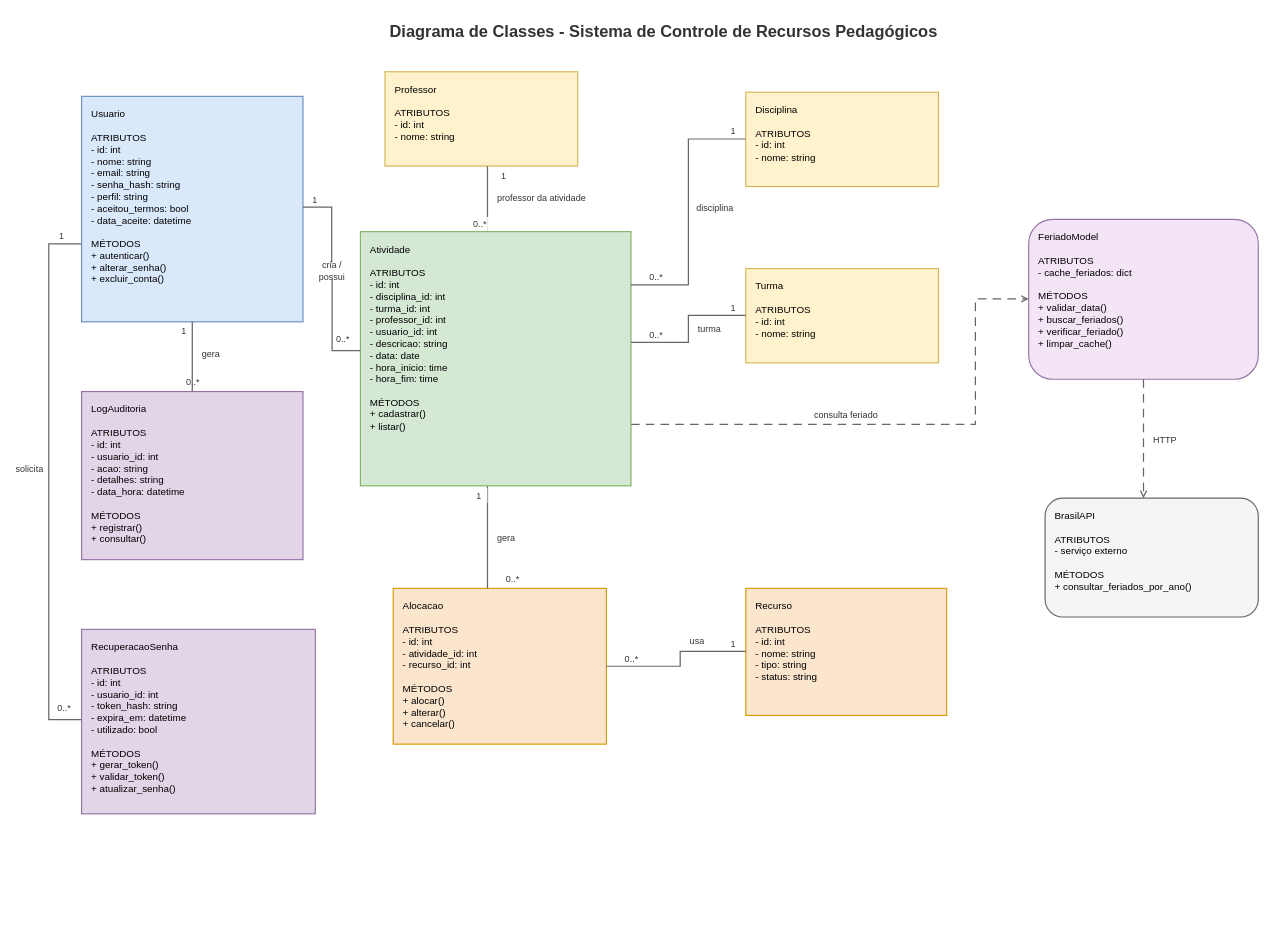
Earlier version of the draw.io diagram diagramas/diagrama_classes_.drawio (RodrigoMandrak/controle-recursos-pedagogicos). Source tidied: cells renumbered, new cells numbered last; positions are measured from the earlier drawing's top-left corner, leaving out a move shared by most shapes. Both pictures are drawn from the tidied source at 82%, with x=0, y=0 at pixel (14, 14).
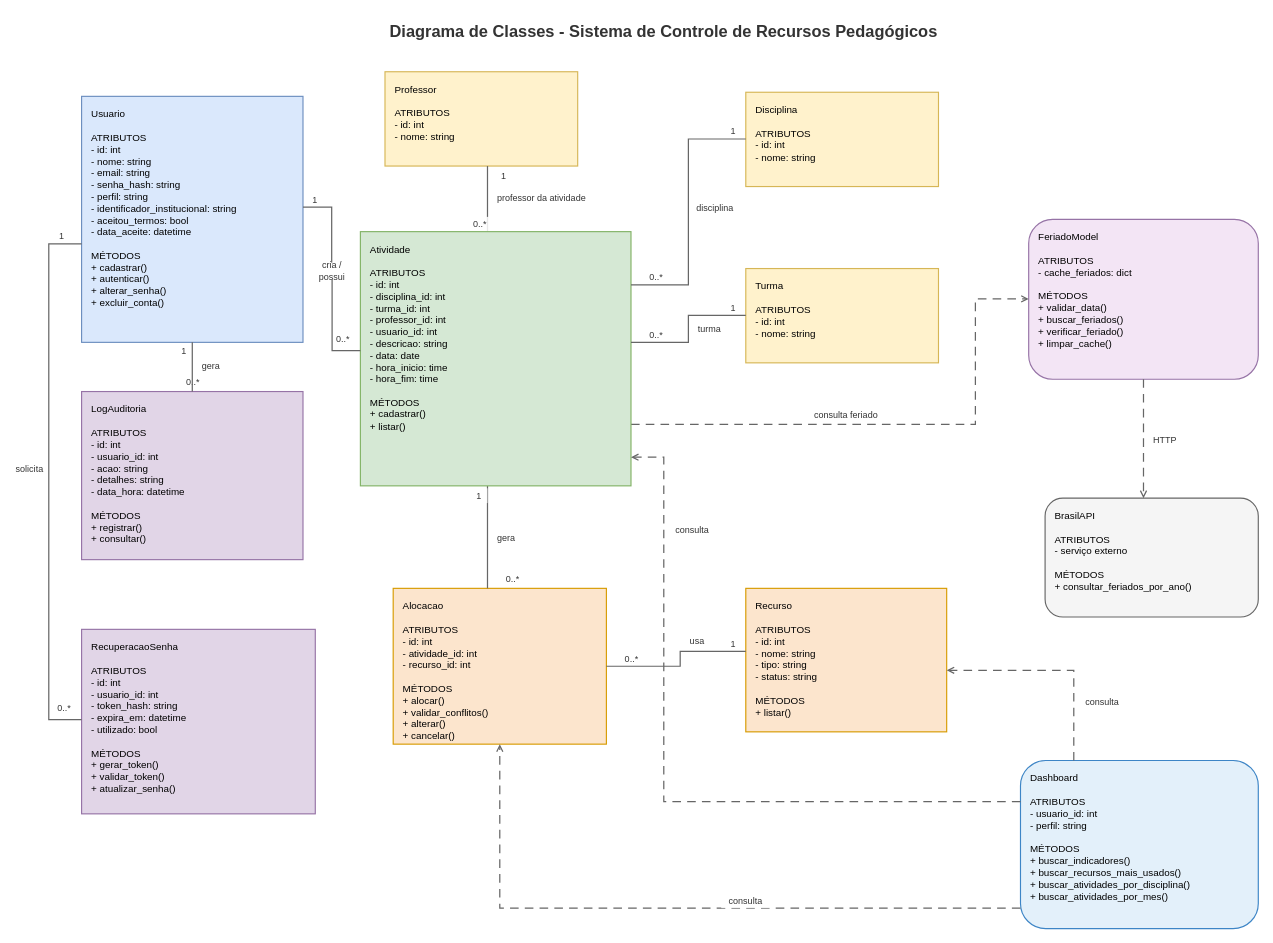
Above is the later version.

Commit message (it also covers changes not shown here):
Dashboard com indicadores e graficos, validacoes de formularios e diagrama de classes atualizado

What changed in the source:
```diff
@@
-    <mxCell id="3" value="Usuario&#10;&#10;ATRIBUTOS&#10;- id: int&#10;- nome: string&#10;- email: string&#10;- senha_hash: string&#10;- perfil: string&#10;- aceitou_termos: bool&#10;- data_aceite: datetime&#10;&#10;MÉTODOS&#10;+ autenticar()&#10;+ alterar_senha()&#10;+ excluir_conta()" style="rounded=0;whiteSpace=wrap;html=0;align=left;verticalAlign=top;spacingLeft=10;spacingRight=8;spacingTop=8;fontSize=12;fontFamily=Helvetica;fontStyle=0;strokeWidth=1.4;rounded=0;strokeColor=#6c8ebf;fillColor=#dae8fc;" parent="1" vertex="1">
-      <mxGeometry x="82" y="100" width="270" height="275" as="geometry" />
+    <mxCell id="3" value="Usuario&#10;&#10;ATRIBUTOS&#10;- id: int&#10;- nome: string&#10;- email: string&#10;- senha_hash: string&#10;- perfil: string&#10;- identificador_institucional: string&#10;- aceitou_termos: bool&#10;- data_aceite: datetime&#10;&#10;MÉTODOS&#10;+ cadastrar()&#10;+ autenticar()&#10;+ alterar_senha()&#10;+ excluir_conta()" style="rounded=0;whiteSpace=wrap;html=0;align=left;verticalAlign=top;spacingLeft=10;spacingRight=8;spacingTop=8;fontSize=12;fontFamily=Helvetica;fontStyle=0;strokeWidth=1.4;rounded=0;strokeColor=#6c8ebf;fillColor=#dae8fc;" parent="1" vertex="1">
+      <mxGeometry x="82" y="100" width="270" height="300" as="geometry" />
     </mxCell>
@@
-    <mxCell id="6" value="Alocacao&#10;&#10;ATRIBUTOS&#10;- id: int&#10;- atividade_id: int&#10;- recurso_id: int&#10;&#10;MÉTODOS&#10;+ alocar()&#10;+ alterar()&#10;+ cancelar()" style="rounded=0;whiteSpace=wrap;html=0;align=left;verticalAlign=top;spacingLeft=10;spacingRight=8;spacingTop=8;fontSize=12;fontFamily=Helvetica;fontStyle=0;strokeWidth=1.4;rounded=0;strokeColor=#d79b00;fillColor=#fce5cd;" parent="1" vertex="1">
+    <mxCell id="6" value="Alocacao&#10;&#10;ATRIBUTOS&#10;- id: int&#10;- atividade_id: int&#10;- recurso_id: int&#10;&#10;MÉTODOS&#10;+ alocar()&#10;+ validar_conflitos()&#10;+ alterar()&#10;+ cancelar()" style="rounded=0;whiteSpace=wrap;html=0;align=left;verticalAlign=top;spacingLeft=10;spacingRight=8;spacingTop=8;fontSize=12;fontFamily=Helvetica;fontStyle=0;strokeWidth=1.4;rounded=0;strokeColor=#d79b00;fillColor=#fce5cd;" parent="1" vertex="1">
       <mxGeometry x="462" y="700" width="260" height="190" as="geometry" />
     </mxCell>
@@
-    <mxCell id="9" value="Recurso&#10;&#10;ATRIBUTOS&#10;- id: int&#10;- nome: string&#10;- tipo: string&#10;- status: string" style="rounded=0;whiteSpace=wrap;html=0;align=left;verticalAlign=top;spacingLeft=10;spacingRight=8;spacingTop=8;fontSize=12;fontFamily=Helvetica;fontStyle=0;strokeWidth=1.4;rounded=0;strokeColor=#d79b00;fillColor=#fce5cd;" parent="1" vertex="1">
-      <mxGeometry x="892" y="700" width="245" height="155" as="geometry" />
+    <mxCell id="9" value="Recurso&#10;&#10;ATRIBUTOS&#10;- id: int&#10;- nome: string&#10;- tipo: string&#10;- status: string&#10;&#10;MÉTODOS&#10;+ listar()" style="rounded=0;whiteSpace=wrap;html=0;align=left;verticalAlign=top;spacingLeft=10;spacingRight=8;spacingTop=8;fontSize=12;fontFamily=Helvetica;fontStyle=0;strokeWidth=1.4;rounded=0;strokeColor=#d79b00;fillColor=#fce5cd;" parent="1" vertex="1">
+      <mxGeometry x="892" y="700" width="245" height="175" as="geometry" />
     </mxCell>
@@
     <mxCell id="14" value="gera" style="text;html=0;strokeColor=none;fillColor=#ffffff;opacity=85;align=left;verticalAlign=middle;whiteSpace=wrap;rounded=0;fontSize=11;fontFamily=Helvetica;fontStyle=0;fontColor=#333333;" parent="1" vertex="1">
-      <mxGeometry x="227" y="405" width="42" height="18" as="geometry" />
+      <mxGeometry x="227" y="420" width="42" height="18" as="geometry" />
     </mxCell>
     <mxCell id="15" value="1" style="text;html=0;strokeColor=none;fillColor=#ffffff;opacity=85;align=center;verticalAlign=middle;whiteSpace=wrap;rounded=0;fontSize=11;fontFamily=Helvetica;fontStyle=0;fontColor=#333333;" parent="1" vertex="1">
-      <mxGeometry x="197" y="377" width="20" height="18" as="geometry" />
+      <mxGeometry x="197" y="402" width="20" height="18" as="geometry" />
     </mxCell>
@@
     <mxCell id="50" style="edgeStyle=orthogonalEdgeStyle;rounded=0;orthogonalLoop=0;jettySize=auto;html=0;dashed=0;endArrow=none;endFill=0;startArrow=none;strokeWidth=1.5;strokeColor=#666666;" parent="1" edge="1">
       <mxGeometry relative="1" as="geometry">
-        <mxPoint x="217" y="375" as="sourcePoint" />
+        <mxPoint x="217" y="400" as="sourcePoint" />
         <mxPoint x="217" y="460" as="targetPoint" />
       </mxGeometry>
     </mxCell>
+    <mxCell id="51" value="Dashboard&#10;&#10;ATRIBUTOS&#10;- usuario_id: int&#10;- perfil: string&#10;&#10;MÉTODOS&#10;+ buscar_indicadores()&#10;+ buscar_recursos_mais_usados()&#10;+ buscar_atividades_por_disciplina()&#10;+ buscar_atividades_por_mes()" style="rounded=0;whiteSpace=wrap;html=0;align=left;verticalAlign=top;spacingLeft=10;spacingRight=8;spacingTop=8;fontSize=12;fontFamily=Helvetica;fontStyle=0;strokeWidth=1.4;rounded=1;strokeColor=#3d85c6;fillColor=#e3f0fa;" parent="1" vertex="1">
+      <mxGeometry x="1227" y="910" width="290" height="205" as="geometry" />
+    </mxCell>
+    <mxCell id="52" style="edgeStyle=orthogonalEdgeStyle;rounded=0;orthogonalLoop=0;jettySize=auto;html=0;dashed=1;dashPattern=7 5;endArrow=open;endFill=0;startArrow=none;strokeWidth=1.5;strokeColor=#666666;" parent="1" edge="1">
+      <mxGeometry relative="1" as="geometry">
+        <mxPoint x="1292" y="910" as="sourcePoint" />
+        <mxPoint x="1137" y="800" as="targetPoint" />
+        <Array as="points">
+          <mxPoint x="1292" y="800" />
+        </Array>
+      </mxGeometry>
+    </mxCell>
+    <mxCell id="53" value="consulta" style="text;html=0;strokeColor=none;fillColor=#ffffff;opacity=85;align=center;verticalAlign=middle;whiteSpace=wrap;rounded=0;fontSize=11;fontFamily=Helvetica;fontStyle=0;fontColor=#333333;" parent="1" vertex="1">
+      <mxGeometry x="1297" y="830" width="60" height="18" as="geometry" />
+    </mxCell>
+    <mxCell id="54" style="edgeStyle=orthogonalEdgeStyle;rounded=0;orthogonalLoop=0;jettySize=auto;html=0;dashed=1;dashPattern=7 5;endArrow=open;endFill=0;startArrow=none;strokeWidth=1.5;strokeColor=#666666;" parent="1" edge="1">
+      <mxGeometry relative="1" as="geometry">
+        <mxPoint x="1227" y="1090" as="sourcePoint" />
+        <mxPoint x="592" y="890" as="targetPoint" />
+        <Array as="points">
+          <mxPoint x="1192" y="1090" />
+          <mxPoint x="592" y="1090" />
+        </Array>
+      </mxGeometry>
+    </mxCell>
+    <mxCell id="55" value="consulta" style="text;html=0;strokeColor=none;fillColor=#ffffff;opacity=85;align=center;verticalAlign=middle;whiteSpace=wrap;rounded=0;fontSize=11;fontFamily=Helvetica;fontStyle=0;fontColor=#333333;" parent="1" vertex="1">
+      <mxGeometry x="862" y="1072" width="60" height="18" as="geometry" />
+    </mxCell>
+    <mxCell id="56" style="edgeStyle=orthogonalEdgeStyle;rounded=0;orthogonalLoop=0;jettySize=auto;html=0;dashed=1;dashPattern=7 5;endArrow=open;endFill=0;startArrow=none;strokeWidth=1.5;strokeColor=#666666;" parent="1" edge="1">
+      <mxGeometry relative="1" as="geometry">
+        <mxPoint x="1227" y="960" as="sourcePoint" />
+        <mxPoint x="752" y="540" as="targetPoint" />
+        <Array as="points">
+          <mxPoint x="792" y="960" />
+          <mxPoint x="792" y="540" />
+        </Array>
+      </mxGeometry>
+    </mxCell>
+    <mxCell id="57" value="consulta" style="text;html=0;strokeColor=none;fillColor=#ffffff;opacity=85;align=center;verticalAlign=middle;whiteSpace=wrap;rounded=0;fontSize=11;fontFamily=Helvetica;fontStyle=0;fontColor=#333333;" parent="1" vertex="1">
+      <mxGeometry x="797" y="620" width="60" height="18" as="geometry" />
+    </mxCell>
```
